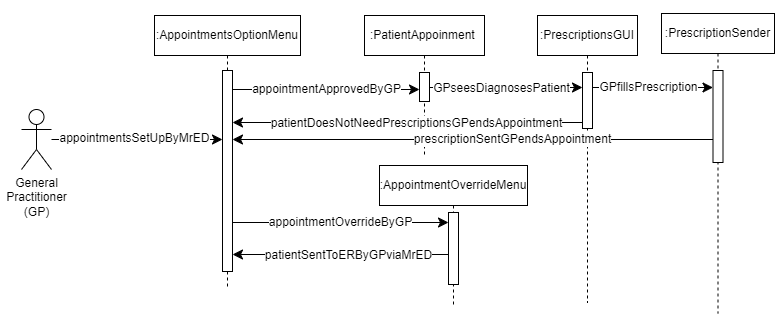
Earlier version of the draw.io export AmirWork/M2/GP_SequenceDiagram.drawio.png (SENG-350-2024-fall/Team9). Source tidied: cells renumbered, new cells last; positions are measured from the earlier drawing's top-left corner, leaving out a move shared by most shapes.
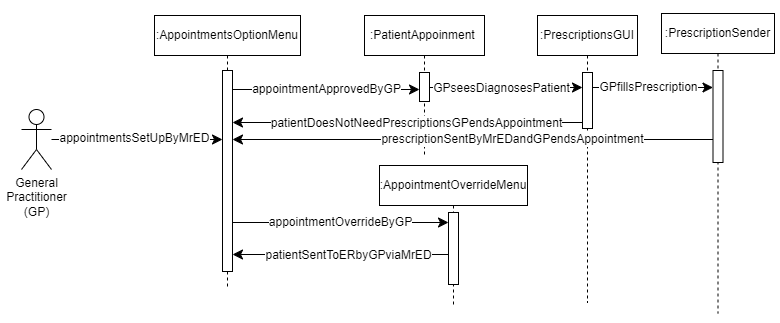
Above is the later version.

Diff of the diagram source:
```diff
@@ -46,7 +46,7 @@
         </Array>
       </mxGeometry>
     </mxCell>
-    <mxCell id="14" value="patientSentToERByGPviaMrED" style="edgeLabel;html=1;align=center;verticalAlign=middle;fontSize=12;" parent="13" vertex="1">
+    <mxCell id="14" value="patientSentToERbyGPviaMrED" style="edgeLabel;html=1;align=center;verticalAlign=middle;fontSize=12;" parent="13" vertex="1">
       <mxGeometry x="-0.24" relative="1" as="geometry">
         <mxPoint x="-19" as="offset" />
       </mxGeometry>
@@ -113,7 +113,7 @@
         </Array>
       </mxGeometry>
     </mxCell>
-    <mxCell id="27" value="prescriptionSentGPendsAppointment" style="edgeLabel;html=1;align=center;verticalAlign=middle;fontSize=12;" parent="26" vertex="1">
+    <mxCell id="27" value="prescriptionSentByMrEDandGPendsAppointment" style="edgeLabel;html=1;align=center;verticalAlign=middle;fontSize=12;" parent="26" vertex="1">
       <mxGeometry x="-0.16" y="-1" relative="1" as="geometry" />
     </mxCell>
   </root>
```
